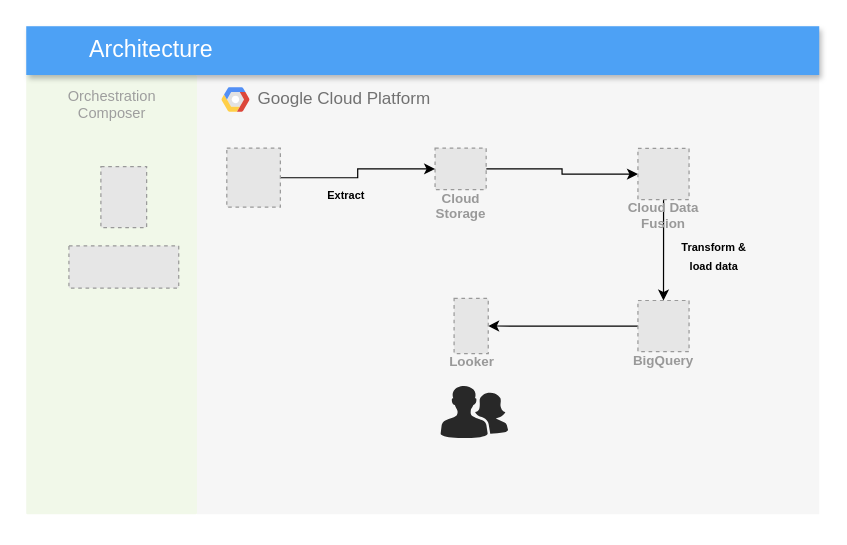
Before: 002_etl_data_fusion_airflow_bq/data_pipeline.drawio in url-github/data_pipeline_prj, a draw.io diagram. Source tidied: cells renumbered, new cells numbered last; positions are measured from the earlier drawing's top-left corner, leaving out a move shared by most shapes. Both pictures are drawn from the tidied source at 122%, with x=0, y=0 at pixel (26, 26). Pictures stored in the file or linked from it are replaced by grey dashed boxes.
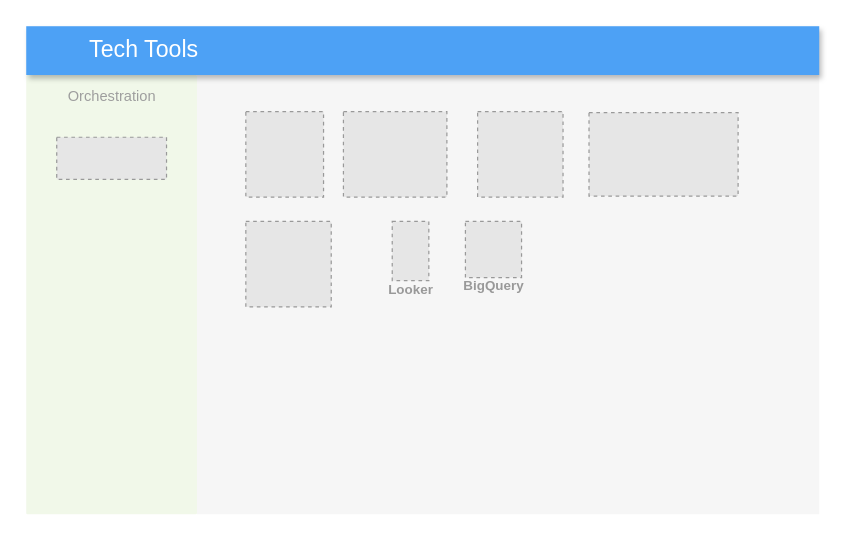
The same diagram, later.

Commit message (it also covers changes not shown here):
005_twitter_data_pipeline_using_airflow

Change to the diagram source:
```diff
@@
-    <mxCell id="2" value="&lt;span&gt;Google &lt;/span&gt;Cloud Platform" style="fillColor=#F6F6F6;strokeColor=none;shadow=0;gradientColor=none;fontSize=14;align=left;spacing=10;fontColor=#717171;9E9E9E;verticalAlign=top;spacingTop=-4;fontStyle=0;spacingLeft=40;html=1;horizontal=1;" parent="1" vertex="1">
+    <mxCell id="2" style="fillColor=#F6F6F6;strokeColor=none;shadow=0;gradientColor=none;fontSize=14;align=left;spacing=10;fontColor=#717171;9E9E9E;verticalAlign=top;spacingTop=-4;fontStyle=0;spacingLeft=40;html=1;horizontal=1;" parent="1" vertex="1">
       <mxGeometry x="140" y="40" width="510" height="360" as="geometry" />
     </mxCell>
-    <mxCell id="3" style="shape=mxgraph.gcp2.google_cloud_platform;fillColor=#F6F6F6;strokeColor=none;shadow=0;gradientColor=none;" parent="2" vertex="1">
-      <mxGeometry width="23" height="20" relative="1" as="geometry">
-        <mxPoint x="20" y="10" as="offset" />
-      </mxGeometry>
-    </mxCell>
-    <mxCell id="4" style="edgeStyle=orthogonalEdgeStyle;rounded=0;jettySize=auto;html=1;entryX=1;entryY=0.5;entryDx=0;entryDy=0;" parent="2" edge="1" source="5" target="12">
-      <mxGeometry relative="1" as="geometry" />
-    </mxCell>
     <mxCell id="5" value="BigQuery" style="fillColor=#E6E6E6;strokeColor=#999999;dashed=1;html=1;verticalAlign=top;labelPosition=center;verticalLabelPosition=bottom;align=center;spacingTop=-6;fontSize=11;fontStyle=1;fontColor=#999999;" parent="2" vertex="1">
-      <mxGeometry x="361.4" y="184.8" width="41.9" height="41.9" as="geometry" />
+      <mxGeometry x="220" y="120" width="46" height="46" as="geometry" />
     </mxCell>
-    <mxCell id="6" style="edgeStyle=orthogonalEdgeStyle;rounded=0;jettySize=auto;html=1;" parent="2" edge="1" source="7" target="11">
-      <mxGeometry relative="1" as="geometry" />
-    </mxCell>
-    <mxCell id="7" value="Cloud&#10;Storage" style="fillColor=#E6E6E6;strokeColor=#999999;dashed=1;html=1;verticalAlign=top;labelPosition=center;verticalLabelPosition=bottom;align=center;spacingTop=-6;fontSize=11;fontStyle=1;fontColor=#999999;" parent="2" vertex="1">
-      <mxGeometry x="195.1" y="60" width="41.9" height="34" as="geometry" />
-    </mxCell>
-    <mxCell id="8" style="edgeStyle=orthogonalEdgeStyle;rounded=0;jettySize=auto;html=1;" parent="2" edge="1" source="9" target="7">
-      <mxGeometry relative="1" as="geometry" />
-    </mxCell>
     <mxCell id="9" style="fillColor=#E6E6E6;strokeColor=#999999;dashed=1;verticalLabelPosition=bottom;labelBackgroundColor=default;verticalAlign=top;" parent="2" vertex="1">
-      <mxGeometry x="24.4" y="60" width="43.9" height="48.3" as="geometry" />
+      <mxGeometry x="40" y="30" width="63.7" height="70" as="geometry" />
     </mxCell>
-    <mxCell id="10" style="edgeStyle=orthogonalEdgeStyle;rounded=0;jettySize=auto;html=1;entryX=0.5;entryY=0;entryDx=0;entryDy=0;" parent="2" edge="1" source="11" target="5">
-      <mxGeometry relative="1" as="geometry" />
-    </mxCell>
-    <mxCell id="11" value="Cloud Data&#10;Fusion" style="fillColor=#E6E6E6;strokeColor=#999999;dashed=1;html=1;verticalAlign=top;labelPosition=center;verticalLabelPosition=bottom;align=center;spacingTop=-6;fontSize=11;fontStyle=1;fontColor=#999999;" parent="2" vertex="1">
-      <mxGeometry x="361.4" y="60.2" width="41.9" height="41.9" as="geometry" />
-    </mxCell>
     <mxCell id="12" value="Looker" style="fillColor=#E6E6E6;strokeColor=#999999;dashed=1;html=1;verticalAlign=top;labelPosition=center;verticalLabelPosition=bottom;align=center;spacingTop=-6;fontSize=11;fontStyle=1;fontColor=#999999;" parent="2" vertex="1">
-      <mxGeometry x="210.7" y="183.1" width="28" height="45.2" as="geometry" />
+      <mxGeometry x="160" y="120" width="30" height="48.5" as="geometry" />
     </mxCell>
-    <mxCell id="13" style="verticalLabelPosition=bottom;sketch=0;html=1;fillColor=#282828;strokeColor=none;verticalAlign=top;align=center;shape=mxgraph.cisco_safe.people_places_things_icons.icon2;" parent="2" vertex="1">
-      <mxGeometry x="199.6" y="254.4" width="55.4" height="43.3" as="geometry" />
-    </mxCell>
-    <mxCell id="14" value="&lt;font size=&quot;1&quot; style=&quot;&quot;&gt;&lt;b style=&quot;font-size: 9px;&quot;&gt;Extract&lt;/b&gt;&lt;/font&gt;" style="text;html=1;align=center;verticalAlign=middle;whiteSpace=wrap;rounded=0;" parent="2" vertex="1">
-      <mxGeometry x="88.7" y="87.6" width="66.5" height="21.1" as="geometry" />
-    </mxCell>
-    <mxCell id="15" value="&lt;font size=&quot;1&quot; style=&quot;&quot;&gt;&lt;b style=&quot;font-size: 9px;&quot;&gt;Transform &amp;amp; load data&lt;/b&gt;&lt;/font&gt;" style="text;html=1;align=center;verticalAlign=middle;whiteSpace=wrap;rounded=0;" parent="2" vertex="1">
-      <mxGeometry x="388" y="137.2" width="72.1" height="21.1" as="geometry" />
-    </mxCell>
+    <mxCell id="21" style="fillColor=#E6E6E6;strokeColor=#999999;dashed=1;verticalLabelPosition=bottom;labelBackgroundColor=default;verticalAlign=top;" parent="2" vertex="1">
+      <mxGeometry x="230" y="30" width="70" height="70" as="geometry" />
+    </mxCell>
+    <mxCell id="22" style="fillColor=#E6E6E6;strokeColor=#999999;dashed=1;verticalLabelPosition=bottom;labelBackgroundColor=default;verticalAlign=top;" parent="2" vertex="1">
+      <mxGeometry x="321.3" y="30.8" width="122.2" height="68.4" as="geometry" />
+    </mxCell>
+    <mxCell id="23" style="fillColor=#E6E6E6;strokeColor=#999999;dashed=1;verticalLabelPosition=bottom;labelBackgroundColor=default;verticalAlign=top;" parent="2" vertex="1">
+      <mxGeometry x="40" y="120" width="70" height="70" as="geometry" />
+    </mxCell>
+    <mxCell id="24" style="fillColor=#E6E6E6;strokeColor=#999999;dashed=1;verticalLabelPosition=bottom;labelBackgroundColor=default;verticalAlign=top;" parent="2" vertex="1">
+      <mxGeometry x="120" y="30" width="84.8" height="70" as="geometry" />
+    </mxCell>
-    <mxCell id="16" value="Orchestration&lt;div&gt;&lt;span style=&quot;background-color: initial;&quot;&gt;Composer&lt;/span&gt;&lt;/div&gt;" style="rounded=1;absoluteArcSize=1;arcSize=2;html=1;strokeColor=none;gradientColor=none;shadow=0;dashed=0;fontSize=12;fontColor=#9E9E9E;align=center;verticalAlign=top;spacing=10;spacingTop=-4;fillColor=#F1F8E9;" parent="1" vertex="1">
+    <mxCell id="16" value="Orchestration" style="rounded=1;absoluteArcSize=1;arcSize=2;html=1;strokeColor=none;gradientColor=none;shadow=0;dashed=0;fontSize=12;fontColor=#9E9E9E;align=center;verticalAlign=top;spacing=10;spacingTop=-4;fillColor=#F1F8E9;" parent="1" vertex="1">
       <mxGeometry y="40" width="140" height="360" as="geometry" />
     </mxCell>
-    <mxCell id="17" value="&lt;font style=&quot;font-size: 19px;&quot;&gt;Architecture&lt;/font&gt;" style="fillColor=#4DA1F5;strokeColor=none;shadow=1;gradientColor=none;fontSize=14;align=left;spacingLeft=50;fontColor=#ffffff;html=1;" parent="1" vertex="1">
+    <mxCell id="17" value="&lt;font style=&quot;font-size: 19px;&quot;&gt;Tech Tools&lt;/font&gt;" style="fillColor=#4DA1F5;strokeColor=none;shadow=1;gradientColor=none;fontSize=14;align=left;spacingLeft=50;fontColor=#ffffff;html=1;" parent="1" vertex="1">
       <mxGeometry width="650" height="40" as="geometry" />
     </mxCell>
-    <mxCell id="18" style="fillColor=#E6E6E6;strokeColor=#999999;dashed=1;html=1;verticalLabelPosition=bottom;labelBackgroundColor=#ffffff;verticalAlign=top;" parent="1" vertex="1">
-      <mxGeometry x="61.2" y="115" width="37.5" height="50" as="geometry" />
-    </mxCell>
     <mxCell id="19" style="fillColor=#E6E6E6;strokeColor=#999999;dashed=1;verticalLabelPosition=bottom;labelBackgroundColor=default;verticalAlign=top;" parent="1" vertex="1">
-      <mxGeometry x="35" y="180" width="90" height="34.6" as="geometry" />
+      <mxGeometry x="25" y="91" width="90" height="34.6" as="geometry" />
     </mxCell>
```
